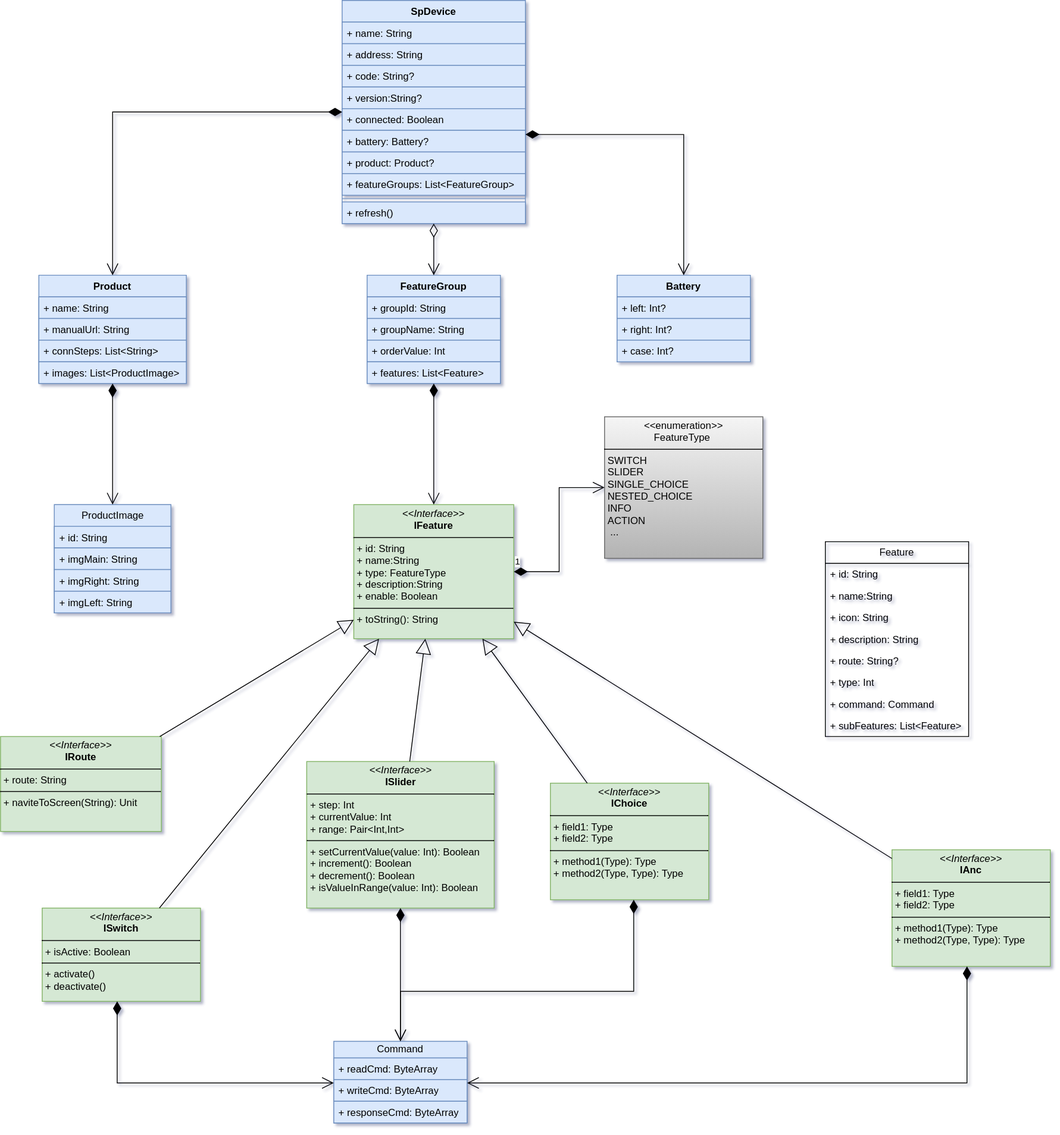
This is sp-device.drawio.svg from kekemao00/draw-libs, a draw.io export, as it was before one commit. Source tidied: cells renumbered, new cells last; positions are measured from the earlier drawing's top-left corner, leaving out a move shared by most shapes.
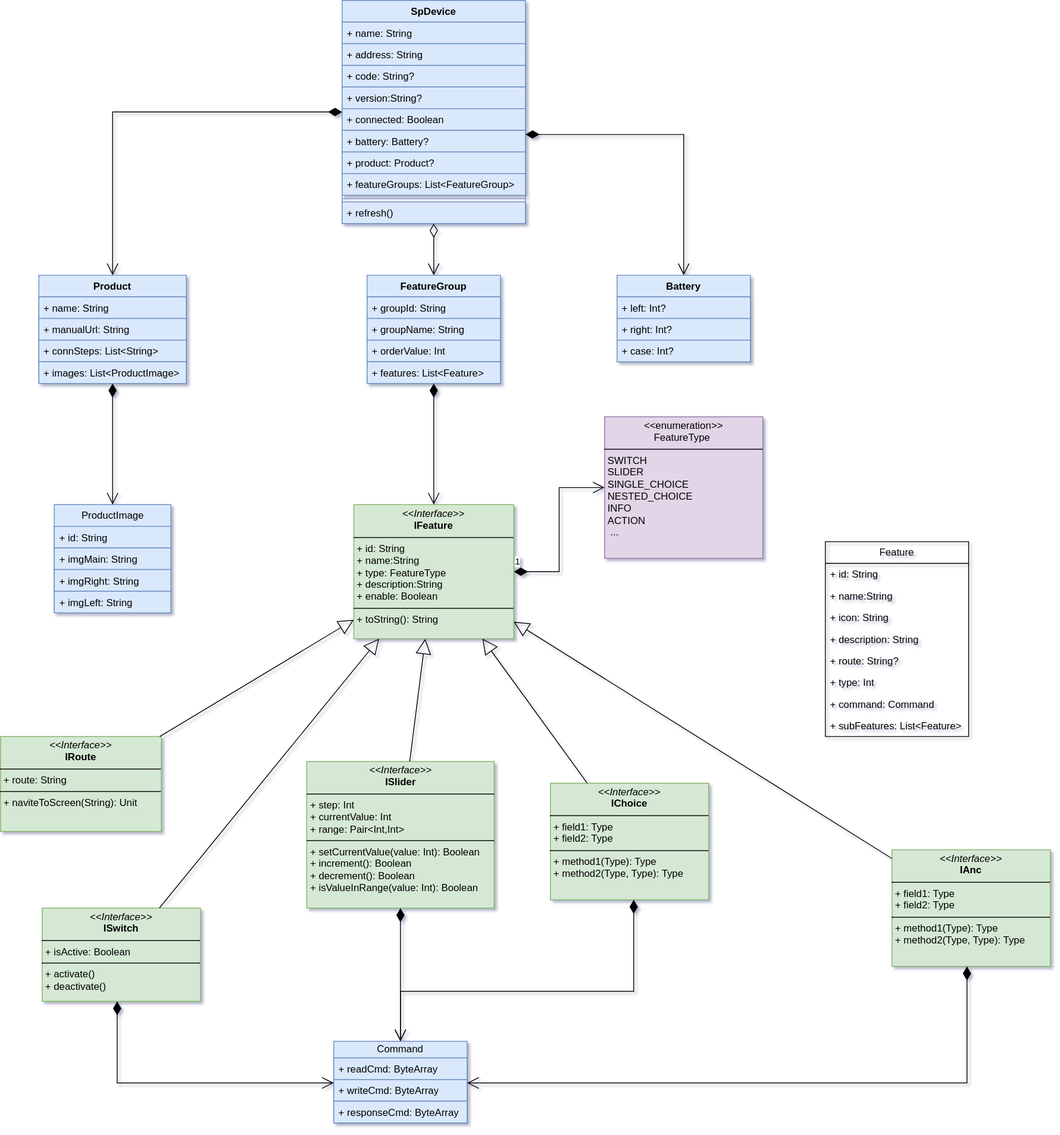
Above is the later version.

Diff of the diagram source:
```diff
@@ -214,7 +214,7 @@
         </Array>
       </mxGeometry>
     </mxCell>
-    <mxCell id="65" value="&lt;p style=&quot;margin:0px;margin-top:4px;text-align:center;&quot;&gt;&lt;i&gt;&amp;lt;&amp;lt;&lt;/i&gt;enumeration&lt;i&gt;&amp;gt;&amp;gt;&lt;/i&gt;&lt;br&gt;FeatureType&amp;nbsp;&lt;/p&gt;&lt;hr size=&quot;1&quot; style=&quot;border-style:solid;&quot;&gt;&lt;p style=&quot;margin:0px;margin-left:4px;&quot;&gt;SWITCH&amp;nbsp; &amp;nbsp; &amp;nbsp; &amp;nbsp; &amp;nbsp; &amp;nbsp; &amp;nbsp;&amp;nbsp;&lt;/p&gt;&lt;p style=&quot;margin:0px;margin-left:4px;&quot;&gt;SLIDER&lt;/p&gt;&lt;p style=&quot;margin:0px;margin-left:4px;&quot;&gt;SINGLE_CHOICE&amp;nbsp;&lt;/p&gt;&lt;p style=&quot;margin:0px;margin-left:4px;&quot;&gt;NESTED_CHOICE&amp;nbsp;&lt;/p&gt;&lt;p style=&quot;margin:0px;margin-left:4px;&quot;&gt;INFO&amp;nbsp;&amp;nbsp; &amp;nbsp; &amp;nbsp;&lt;/p&gt;&lt;p style=&quot;margin:0px;margin-left:4px;&quot;&gt;ACTION&amp;nbsp; &amp;nbsp;&lt;/p&gt;&lt;p style=&quot;margin:0px;margin-left:4px;&quot;&gt;&amp;nbsp;...&lt;/p&gt;&lt;p style=&quot;margin:0px;margin-left:4px;&quot;&gt;&amp;nbsp;&amp;nbsp; &amp;nbsp; &amp;nbsp; &amp;nbsp; &amp;nbsp;&amp;nbsp;&lt;/p&gt;&lt;p style=&quot;margin:0px;margin-left:4px;&quot;&gt;&amp;nbsp;&amp;nbsp; &amp;nbsp; &amp;nbsp; &amp;nbsp; &amp;nbsp; &amp;nbsp; &amp;nbsp;&amp;nbsp;&lt;/p&gt;" style="verticalAlign=top;align=left;overflow=fill;html=1;whiteSpace=wrap;fillColor=#f5f5f5;strokeColor=#666666;gradientColor=#b3b3b3;" parent="1" vertex="1">
+    <mxCell id="65" value="&lt;p style=&quot;margin:0px;margin-top:4px;text-align:center;&quot;&gt;&lt;i&gt;&amp;lt;&amp;lt;&lt;/i&gt;enumeration&lt;i&gt;&amp;gt;&amp;gt;&lt;/i&gt;&lt;br&gt;FeatureType&amp;nbsp;&lt;/p&gt;&lt;hr size=&quot;1&quot; style=&quot;border-style:solid;&quot;&gt;&lt;p style=&quot;margin:0px;margin-left:4px;&quot;&gt;SWITCH&amp;nbsp; &amp;nbsp; &amp;nbsp; &amp;nbsp; &amp;nbsp; &amp;nbsp; &amp;nbsp;&amp;nbsp;&lt;/p&gt;&lt;p style=&quot;margin:0px;margin-left:4px;&quot;&gt;SLIDER&lt;/p&gt;&lt;p style=&quot;margin:0px;margin-left:4px;&quot;&gt;SINGLE_CHOICE&amp;nbsp;&lt;/p&gt;&lt;p style=&quot;margin:0px;margin-left:4px;&quot;&gt;NESTED_CHOICE&amp;nbsp;&lt;/p&gt;&lt;p style=&quot;margin:0px;margin-left:4px;&quot;&gt;INFO&amp;nbsp;&amp;nbsp; &amp;nbsp; &amp;nbsp;&lt;/p&gt;&lt;p style=&quot;margin:0px;margin-left:4px;&quot;&gt;ACTION&amp;nbsp; &amp;nbsp;&lt;/p&gt;&lt;p style=&quot;margin:0px;margin-left:4px;&quot;&gt;&amp;nbsp;...&lt;/p&gt;&lt;p style=&quot;margin:0px;margin-left:4px;&quot;&gt;&amp;nbsp;&amp;nbsp; &amp;nbsp; &amp;nbsp; &amp;nbsp; &amp;nbsp;&amp;nbsp;&lt;/p&gt;&lt;p style=&quot;margin:0px;margin-left:4px;&quot;&gt;&amp;nbsp;&amp;nbsp; &amp;nbsp; &amp;nbsp; &amp;nbsp; &amp;nbsp; &amp;nbsp; &amp;nbsp;&amp;nbsp;&lt;/p&gt;" style="verticalAlign=top;align=left;overflow=fill;html=1;whiteSpace=wrap;fillColor=#e1d5e7;strokeColor=#9673a6;" parent="1" vertex="1">
       <mxGeometry x="725" y="500" width="190" height="170" as="geometry" />
     </mxCell>
     <mxCell id="66" value="1" style="endArrow=open;html=1;endSize=12;startArrow=diamondThin;startSize=14;startFill=1;edgeStyle=orthogonalEdgeStyle;align=left;verticalAlign=bottom;rounded=0;" parent="1" edge="1" source="45" target="65">
```
